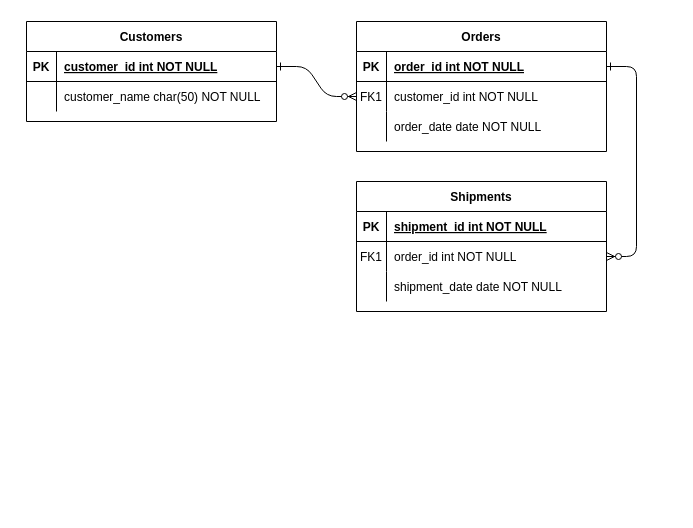
Earlier version of the draw.io diagram voucher-pool-db-schema.drawio (mohamedsaberibrahim/voucher-pool). Source tidied: cells renumbered, new cells numbered last; positions are measured from the earlier drawing's top-left corner, leaving out a move shared by most shapes. Both pictures are drawn from the tidied source at 100%, with x=0, y=0 at pixel (26, 21).
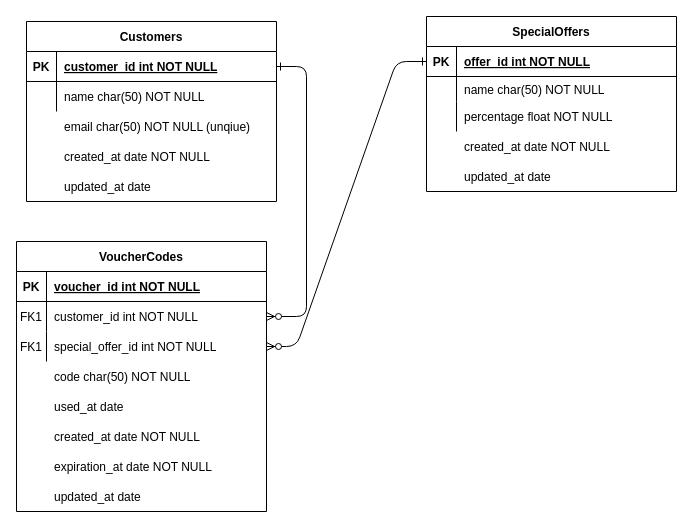
Above is the later version.

Commit message:
add initial db schema design

Unchanged cells that the change refers to:
```xml
<mxCell id="5" style="shape=partialRectangle;fillColor=none;points=[[0,0.5],[1,0.5]];portConstraint=eastwest;top=0;left=0;right=0;bottom=1;" parent="4" vertex="1">
  <mxGeometry y="30" width="250" height="30" as="geometry" />
</mxCell>
<mxCell id="11" style="shape=partialRectangle;fillColor=none;points=[[0,0.5],[1,0.5]];portConstraint=eastwest;top=0;left=0;right=0;bottom=0;" parent="4" vertex="1">
  <mxGeometry y="90" width="250" height="30" as="geometry" />
</mxCell>
<mxCell id="15" style="shape=partialRectangle;fillColor=none;points=[[0,0.5],[1,0.5]];portConstraint=eastwest;top=0;left=0;right=0;bottom=1;" parent="14" vertex="1">
  <mxGeometry y="30" width="250" height="30" as="geometry" />
</mxCell>
<mxCell id="28" style="shape=partialRectangle;fillColor=none;top=0;left=0;right=0;bottom=0;" parent="24" vertex="1">
  <mxGeometry y="60" width="250" height="30" as="geometry" />
</mxCell>
```

What changed in the source:
```diff
@@
-    <mxCell id="3" style="edgeStyle=entityRelationEdgeStyle;endArrow=ERzeroToMany;startArrow=ERone;endFill=1;startFill=0;" parent="1" edge="1" source="5" target="18">
-      <mxGeometry relative="1" as="geometry" />
-    </mxCell>
-    <mxCell id="4" value="Orders" style="shape=table;startSize=30;childLayout=tableLayout;rowLines=0;fontStyle=1;align=center;" parent="1" vertex="1">
-      <mxGeometry x="330" width="250" height="130" as="geometry" />
+    <mxCell id="4" value="VoucherCodes" style="shape=table;startSize=30;childLayout=tableLayout;rowLines=0;fontStyle=1;align=center;" parent="1" vertex="1">
+      <mxGeometry x="-10" y="220" width="250" height="270" as="geometry" />
     </mxCell>
@@
-    <mxCell id="7" value="order_id int NOT NULL " style="shape=partialRectangle;overflow=hidden;fillColor=none;top=0;left=0;bottom=0;right=0;align=left;spacingLeft=6;fontStyle=5;" parent="5" vertex="1">
+    <mxCell id="7" value="voucher_id int NOT NULL " style="shape=partialRectangle;overflow=hidden;fillColor=none;top=0;left=0;bottom=0;right=0;align=left;spacingLeft=6;fontStyle=5;" parent="5" vertex="1">
       <mxGeometry x="30" width="220" height="30" as="geometry" />
     </mxCell>
@@
-    <mxCell id="13" value="order_date date NOT NULL" style="shape=partialRectangle;overflow=hidden;fillColor=none;top=0;left=0;bottom=0;right=0;align=left;spacingLeft=6;" parent="11" vertex="1">
+    <mxCell id="13" value="special_offer_id int NOT NULL" style="shape=partialRectangle;overflow=hidden;fillColor=none;top=0;left=0;bottom=0;right=0;align=left;spacingLeft=6;" parent="11" vertex="1">
       <mxGeometry x="30" width="220" height="30" as="geometry" />
     </mxCell>
-    <mxCell id="14" value="Shipments" style="shape=table;startSize=30;childLayout=tableLayout;rowLines=0;fontStyle=1;align=center;" parent="1" vertex="1">
-      <mxGeometry x="330" y="160" width="250" height="130" as="geometry" />
+    <mxCell id="14" value="SpecialOffers" style="shape=table;startSize=30;childLayout=tableLayout;rowLines=0;fontStyle=1;align=center;" parent="1" vertex="1">
+      <mxGeometry x="400" y="-5" width="250" height="175" as="geometry" />
     </mxCell>
@@
-    <mxCell id="17" value="shipment_id int NOT NULL " style="shape=partialRectangle;overflow=hidden;fillColor=none;top=0;left=0;bottom=0;right=0;align=left;spacingLeft=6;fontStyle=5;" parent="15" vertex="1">
+    <mxCell id="17" value="offer_id int NOT NULL " style="shape=partialRectangle;overflow=hidden;fillColor=none;top=0;left=0;bottom=0;right=0;align=left;spacingLeft=6;fontStyle=5;" parent="15" vertex="1">
       <mxGeometry x="30" width="220" height="30" as="geometry" />
     </mxCell>
     <mxCell id="18" style="shape=partialRectangle;fillColor=none;points=[[0,0.5],[1,0.5]];portConstraint=eastwest;top=0;left=0;right=0;bottom=0;" parent="14" vertex="1">
-      <mxGeometry y="60" width="250" height="30" as="geometry" />
+      <mxGeometry y="60" width="250" height="25" as="geometry" />
     </mxCell>
-    <mxCell id="19" value="FK1" style="shape=partialRectangle;overflow=hidden;fillColor=none;top=0;left=0;bottom=0;right=0;" parent="18" vertex="1">
-      <mxGeometry width="30" height="30" as="geometry" />
+    <mxCell id="19" style="shape=partialRectangle;overflow=hidden;fillColor=none;top=0;left=0;bottom=0;right=0;" parent="18" vertex="1">
+      <mxGeometry width="30" height="25" as="geometry" />
     </mxCell>
-    <mxCell id="20" value="order_id int NOT NULL" style="shape=partialRectangle;overflow=hidden;fillColor=none;top=0;left=0;bottom=0;right=0;align=left;spacingLeft=6;" parent="18" vertex="1">
-      <mxGeometry x="30" width="220" height="30" as="geometry" />
+    <mxCell id="20" value="name char(50) NOT NULL" style="shape=partialRectangle;overflow=hidden;fillColor=none;top=0;left=0;bottom=0;right=0;align=left;spacingLeft=6;" parent="18" vertex="1">
+      <mxGeometry x="30" width="220" height="25" as="geometry" />
     </mxCell>
     <mxCell id="21" style="shape=partialRectangle;fillColor=none;top=0;left=0;right=0;bottom=0;" parent="14" vertex="1">
-      <mxGeometry y="90" width="250" height="30" as="geometry" />
+      <mxGeometry y="85" width="250" height="30" as="geometry" />
     </mxCell>
@@
-    <mxCell id="23" value="shipment_date date NOT NULL" style="shape=partialRectangle;overflow=hidden;fillColor=none;top=0;left=0;bottom=0;right=0;align=left;spacingLeft=6;" parent="21" vertex="1">
+    <mxCell id="23" value="percentage float NOT NULL" style="shape=partialRectangle;overflow=hidden;fillColor=none;top=0;left=0;bottom=0;right=0;align=left;spacingLeft=6;" parent="21" vertex="1">
       <mxGeometry x="30" width="220" height="30" as="geometry" />
     </mxCell>
     <mxCell id="24" value="Customers" style="shape=table;startSize=30;childLayout=tableLayout;rowLines=0;fontStyle=1;align=center;" parent="1" vertex="1">
-      <mxGeometry width="250" height="100" as="geometry" />
+      <mxGeometry width="250" height="180" as="geometry" />
     </mxCell>
@@
-    <mxCell id="30" value="customer_name char(50) NOT NULL" style="shape=partialRectangle;overflow=hidden;fillColor=none;top=0;left=0;bottom=0;right=0;align=left;spacingLeft=6;" parent="28" vertex="1">
+    <mxCell id="30" value="name char(50) NOT NULL" style="shape=partialRectangle;overflow=hidden;fillColor=none;top=0;left=0;bottom=0;right=0;align=left;spacingLeft=6;" parent="28" vertex="1">
       <mxGeometry x="30" width="220" height="30" as="geometry" />
     </mxCell>
+    <mxCell id="31" value="email char(50) NOT NULL (unqiue)" style="shape=partialRectangle;overflow=hidden;fillColor=none;top=0;left=0;bottom=0;right=0;align=left;spacingLeft=6;" parent="1" vertex="1">
+      <mxGeometry x="30" y="90" width="220" height="30" as="geometry" />
+    </mxCell>
+    <mxCell id="32" value="created_at date NOT NULL" style="shape=partialRectangle;overflow=hidden;fillColor=none;top=0;left=0;bottom=0;right=0;align=left;spacingLeft=6;" parent="1" vertex="1">
+      <mxGeometry x="30" y="120" width="220" height="30" as="geometry" />
+    </mxCell>
+    <mxCell id="33" value="updated_at date" style="shape=partialRectangle;overflow=hidden;fillColor=none;top=0;left=0;bottom=0;right=0;align=left;spacingLeft=6;" parent="1" vertex="1">
+      <mxGeometry x="30" y="150" width="220" height="30" as="geometry" />
+    </mxCell>
+    <mxCell id="34" style="edgeStyle=entityRelationEdgeStyle;endArrow=ERzeroToMany;startArrow=ERone;endFill=1;startFill=0;exitX=0;exitY=0.5;exitDx=0;exitDy=0;entryX=1;entryY=0.5;entryDx=0;entryDy=0;" parent="1" edge="1" source="15" target="11">
+      <mxGeometry relative="1" as="geometry">
+        <Array as="points">
+          <mxPoint x="370" y="110" />
+          <mxPoint x="350" y="110" />
+        </Array>
+      </mxGeometry>
+    </mxCell>
+    <mxCell id="35" value="created_at date NOT NULL" style="shape=partialRectangle;overflow=hidden;fillColor=none;top=0;left=0;bottom=0;right=0;align=left;spacingLeft=6;" parent="1" vertex="1">
+      <mxGeometry x="430" y="110" width="220" height="30" as="geometry" />
+    </mxCell>
+    <mxCell id="36" value="code char(50) NOT NULL" style="shape=partialRectangle;overflow=hidden;fillColor=none;top=0;left=0;bottom=0;right=0;align=left;spacingLeft=6;" parent="1" vertex="1">
+      <mxGeometry x="20" y="340" width="220" height="30" as="geometry" />
+    </mxCell>
+    <mxCell id="37" value="updated_at date" style="shape=partialRectangle;overflow=hidden;fillColor=none;top=0;left=0;bottom=0;right=0;align=left;spacingLeft=6;" parent="1" vertex="1">
+      <mxGeometry x="430" y="140" width="220" height="30" as="geometry" />
+    </mxCell>
+    <mxCell id="38" value="created_at date NOT NULL" style="shape=partialRectangle;overflow=hidden;fillColor=none;top=0;left=0;bottom=0;right=0;align=left;spacingLeft=6;" parent="1" vertex="1">
+      <mxGeometry x="20" y="400" width="220" height="30" as="geometry" />
+    </mxCell>
+    <mxCell id="39" value="expiration_at date NOT NULL" style="shape=partialRectangle;overflow=hidden;fillColor=none;top=0;left=0;bottom=0;right=0;align=left;spacingLeft=6;" parent="1" vertex="1">
+      <mxGeometry x="20" y="430" width="220" height="30" as="geometry" />
+    </mxCell>
+    <mxCell id="40" value="FK1" style="shape=partialRectangle;overflow=hidden;fillColor=none;top=0;left=0;bottom=0;right=0;" parent="1" vertex="1">
+      <mxGeometry x="-10" y="310" width="30" height="30" as="geometry" />
+    </mxCell>
+    <mxCell id="41" value="updated_at date" style="shape=partialRectangle;overflow=hidden;fillColor=none;top=0;left=0;bottom=0;right=0;align=left;spacingLeft=6;" parent="1" vertex="1">
+      <mxGeometry x="20" y="460" width="220" height="30" as="geometry" />
+    </mxCell>
+    <mxCell id="42" value="used_at date" style="shape=partialRectangle;overflow=hidden;fillColor=none;top=0;left=0;bottom=0;right=0;align=left;spacingLeft=6;" parent="1" vertex="1">
+      <mxGeometry x="20" y="370" width="220" height="30" as="geometry" />
+    </mxCell>
```
